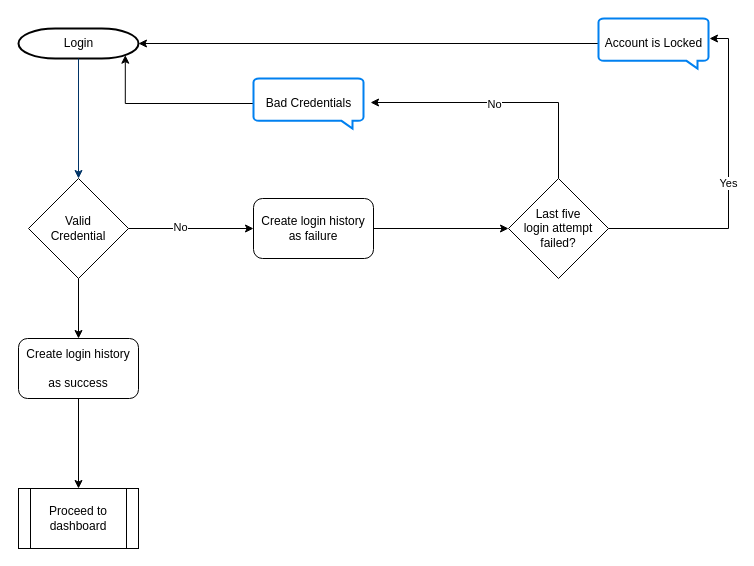
Earlier version of the draw.io diagram docs/img/lock and unlock account.drawio (m-thirumal/oauth-authorization-server). Source tidied: cells renumbered, new cells numbered last; positions are measured from the earlier drawing's top-left corner, leaving out a move shared by most shapes. Both pictures are drawn from the tidied source at 100%, with x=0, y=0 at pixel (18, 18).
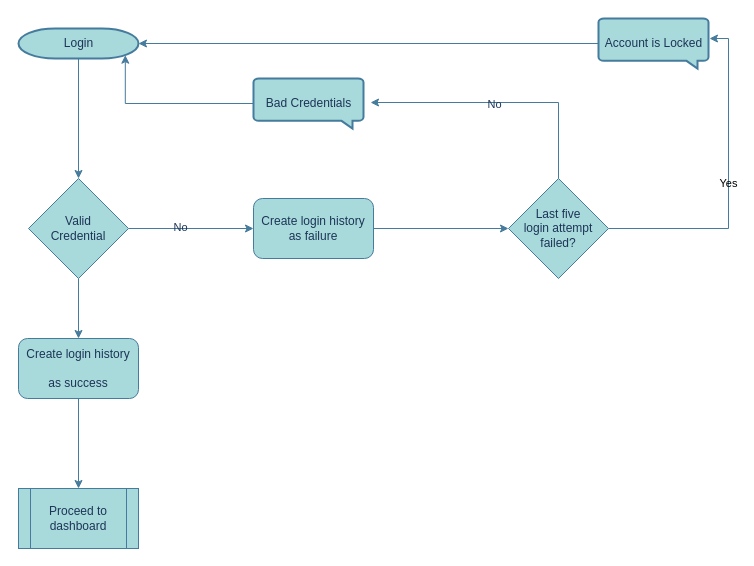
The same diagram, later.

Diff of the diagram source:
```diff
@@
-    <mxCell id="2" value="Login" style="shape=mxgraph.flowchart.terminator;strokeWidth=2;gradientColor=none;gradientDirection=north;fontStyle=0;html=1;" parent="1" vertex="1">
+    <mxCell id="2" value="Login" style="shape=mxgraph.flowchart.terminator;strokeWidth=2;gradientDirection=north;fontStyle=0;html=1;labelBackgroundColor=none;fillColor=#A8DADC;strokeColor=#457B9D;fontColor=#1D3557;" parent="1" vertex="1">
       <mxGeometry y="10" width="120" height="30" as="geometry" />
     </mxCell>
-    <mxCell id="3" style="fontStyle=1;strokeColor=#003366;strokeWidth=1;html=1;entryX=0.5;entryY=0;entryDx=0;entryDy=0;" parent="1" edge="1" source="2" target="7">
+    <mxCell id="3" style="fontStyle=1;strokeColor=#457B9D;strokeWidth=1;html=1;entryX=0.5;entryY=0;entryDx=0;entryDy=0;labelBackgroundColor=none;fontColor=default;" parent="1" edge="1" source="2" target="7">
       <mxGeometry relative="1" as="geometry" />
     </mxCell>
-    <mxCell id="4" style="edgeStyle=orthogonalEdgeStyle;rounded=0;jettySize=auto;html=1;exitX=1;exitY=0.5;exitDx=0;exitDy=0;" parent="1" edge="1" source="7" target="10">
+    <mxCell id="4" style="edgeStyle=orthogonalEdgeStyle;rounded=0;jettySize=auto;html=1;exitX=1;exitY=0.5;exitDx=0;exitDy=0;labelBackgroundColor=none;strokeColor=#457B9D;fontColor=default;" parent="1" edge="1" source="7" target="10">
       <mxGeometry relative="1" as="geometry" />
     </mxCell>
-    <mxCell id="5" value="No" style="edgeLabel;html=1;align=center;verticalAlign=middle;" parent="4" vertex="1">
+    <mxCell id="5" value="No" style="edgeLabel;html=1;align=center;verticalAlign=middle;labelBackgroundColor=none;fontColor=#1D3557;" parent="4" vertex="1">
       <mxGeometry x="-0.19" y="2" relative="1" as="geometry" />
     </mxCell>
-    <mxCell id="6" style="edgeStyle=orthogonalEdgeStyle;rounded=0;jettySize=auto;html=1;exitX=0.5;exitY=1;exitDx=0;exitDy=0;entryX=0.5;entryY=0;entryDx=0;entryDy=0;" parent="1" edge="1" source="7" target="12">
+    <mxCell id="6" style="edgeStyle=orthogonalEdgeStyle;rounded=0;jettySize=auto;html=1;exitX=0.5;exitY=1;exitDx=0;exitDy=0;entryX=0.5;entryY=0;entryDx=0;entryDy=0;labelBackgroundColor=none;strokeColor=#457B9D;fontColor=default;" parent="1" edge="1" source="7" target="12">
       <mxGeometry relative="1" as="geometry" />
     </mxCell>
-    <mxCell id="7" value="&lt;div&gt;Valid &lt;br&gt;&lt;/div&gt;&lt;div&gt;Credential&lt;br&gt;&lt;/div&gt;" style="rhombus;whiteSpace=wrap;html=1;" parent="1" vertex="1">
+    <mxCell id="7" value="&lt;div&gt;Valid &lt;br&gt;&lt;/div&gt;&lt;div&gt;Credential&lt;br&gt;&lt;/div&gt;" style="rhombus;whiteSpace=wrap;html=1;labelBackgroundColor=none;fillColor=#A8DADC;strokeColor=#457B9D;fontColor=#1D3557;" parent="1" vertex="1">
       <mxGeometry x="10" y="160" width="100" height="100" as="geometry" />
     </mxCell>
-    <mxCell id="8" value="Proceed to dashboard" style="shape=process;whiteSpace=wrap;html=1;backgroundOutline=1;" parent="1" vertex="1">
+    <mxCell id="8" value="Proceed to dashboard" style="shape=process;whiteSpace=wrap;html=1;backgroundOutline=1;labelBackgroundColor=none;fillColor=#A8DADC;strokeColor=#457B9D;fontColor=#1D3557;" parent="1" vertex="1">
       <mxGeometry y="470" width="120" height="60" as="geometry" />
     </mxCell>
-    <mxCell id="9" style="edgeStyle=orthogonalEdgeStyle;rounded=0;jettySize=auto;html=1;exitX=1;exitY=0.5;exitDx=0;exitDy=0;entryX=0;entryY=0.5;entryDx=0;entryDy=0;" parent="1" edge="1" source="10" target="16">
+    <mxCell id="9" style="edgeStyle=orthogonalEdgeStyle;rounded=0;jettySize=auto;html=1;exitX=1;exitY=0.5;exitDx=0;exitDy=0;entryX=0;entryY=0.5;entryDx=0;entryDy=0;labelBackgroundColor=none;strokeColor=#457B9D;fontColor=default;" parent="1" edge="1" source="10" target="16">
       <mxGeometry relative="1" as="geometry" />
     </mxCell>
-    <mxCell id="10" value="&lt;div&gt;Create login history&lt;/div&gt;&lt;div&gt;as failure&lt;br&gt;&lt;/div&gt;" style="rounded=1;whiteSpace=wrap;html=1;" parent="1" vertex="1">
+    <mxCell id="10" value="&lt;div&gt;Create login history&lt;/div&gt;&lt;div&gt;as failure&lt;br&gt;&lt;/div&gt;" style="rounded=1;whiteSpace=wrap;html=1;labelBackgroundColor=none;fillColor=#A8DADC;strokeColor=#457B9D;fontColor=#1D3557;" parent="1" vertex="1">
       <mxGeometry x="235" y="180" width="120" height="60" as="geometry" />
     </mxCell>
-    <mxCell id="11" style="edgeStyle=orthogonalEdgeStyle;rounded=0;jettySize=auto;html=1;exitX=0.5;exitY=1;exitDx=0;exitDy=0;entryX=0.5;entryY=0;entryDx=0;entryDy=0;" parent="1" edge="1" source="12" target="8">
+    <mxCell id="11" style="edgeStyle=orthogonalEdgeStyle;rounded=0;jettySize=auto;html=1;exitX=0.5;exitY=1;exitDx=0;exitDy=0;entryX=0.5;entryY=0;entryDx=0;entryDy=0;labelBackgroundColor=none;strokeColor=#457B9D;fontColor=default;" parent="1" edge="1" source="12" target="8">
       <mxGeometry relative="1" as="geometry" />
     </mxCell>
-    <mxCell id="12" value="&lt;div&gt;Create login history&lt;/div&gt;&lt;div&gt;&lt;br&gt;&lt;/div&gt;&lt;div&gt;as success&lt;br&gt;&lt;/div&gt;" style="rounded=1;whiteSpace=wrap;html=1;" parent="1" vertex="1">
+    <mxCell id="12" value="&lt;div&gt;Create login history&lt;/div&gt;&lt;div&gt;&lt;br&gt;&lt;/div&gt;&lt;div&gt;as success&lt;br&gt;&lt;/div&gt;" style="rounded=1;whiteSpace=wrap;html=1;labelBackgroundColor=none;fillColor=#A8DADC;strokeColor=#457B9D;fontColor=#1D3557;" parent="1" vertex="1">
       <mxGeometry y="320" width="120" height="60" as="geometry" />
     </mxCell>
-    <mxCell id="13" style="edgeStyle=orthogonalEdgeStyle;rounded=0;jettySize=auto;html=1;entryX=1.064;entryY=0.48;entryDx=0;entryDy=0;entryPerimeter=0;" parent="1" edge="1" source="16" target="18">
+    <mxCell id="13" style="edgeStyle=orthogonalEdgeStyle;rounded=0;jettySize=auto;html=1;entryX=1.064;entryY=0.48;entryDx=0;entryDy=0;entryPerimeter=0;labelBackgroundColor=none;strokeColor=#457B9D;fontColor=default;" parent="1" edge="1" source="16" target="18">
       <mxGeometry relative="1" as="geometry">
         <Array as="points">
           <mxPoint x="540" y="84" />
         </Array>
       </mxGeometry>
     </mxCell>
-    <mxCell id="14" value="No" style="edgeLabel;html=1;align=center;verticalAlign=middle;" parent="13" vertex="1">
+    <mxCell id="14" value="No" style="edgeLabel;html=1;align=center;verticalAlign=middle;labelBackgroundColor=none;fontColor=#1D3557;" parent="13" vertex="1">
       <mxGeometry x="0.07" y="1" relative="1" as="geometry" />
     </mxCell>
-    <mxCell id="15" value="Yes" style="edgeStyle=orthogonalEdgeStyle;rounded=0;jettySize=auto;html=1;entryX=1.009;entryY=0.4;entryDx=0;entryDy=0;entryPerimeter=0;" parent="1" edge="1" source="16" target="20">
+    <mxCell id="15" value="Yes" style="edgeStyle=orthogonalEdgeStyle;rounded=0;jettySize=auto;html=1;entryX=1.009;entryY=0.4;entryDx=0;entryDy=0;entryPerimeter=0;labelBackgroundColor=none;strokeColor=#457B9D;fontColor=default;" parent="1" edge="1" source="16" target="20">
       <mxGeometry relative="1" as="geometry">
         <Array as="points">
           <mxPoint x="710" y="210" />
           <mxPoint x="710" y="20" />
         </Array>
       </mxGeometry>
     </mxCell>
-    <mxCell id="16" value="&lt;div&gt;Last five&lt;/div&gt;&lt;div&gt;login attempt failed?&lt;br&gt;&lt;/div&gt;" style="rhombus;whiteSpace=wrap;html=1;" parent="1" vertex="1">
+    <mxCell id="16" value="&lt;div&gt;Last five&lt;/div&gt;&lt;div&gt;login attempt failed?&lt;br&gt;&lt;/div&gt;" style="rhombus;whiteSpace=wrap;html=1;labelBackgroundColor=none;fillColor=#A8DADC;strokeColor=#457B9D;fontColor=#1D3557;" parent="1" vertex="1">
       <mxGeometry x="490" y="160" width="100" height="100" as="geometry" />
     </mxCell>
-    <mxCell id="17" style="edgeStyle=orthogonalEdgeStyle;rounded=0;jettySize=auto;html=1;entryX=0.89;entryY=0.89;entryDx=0;entryDy=0;entryPerimeter=0;" parent="1" edge="1" source="18" target="2">
+    <mxCell id="17" style="edgeStyle=orthogonalEdgeStyle;rounded=0;jettySize=auto;html=1;entryX=0.89;entryY=0.89;entryDx=0;entryDy=0;entryPerimeter=0;labelBackgroundColor=none;strokeColor=#457B9D;fontColor=default;" parent="1" edge="1" source="18" target="2">
       <mxGeometry relative="1" as="geometry" />
     </mxCell>
-    <mxCell id="18" value="Bad Credentials" style="html=1;verticalLabelPosition=middle;align=center;labelBackgroundColor=#ffffff;verticalAlign=middle;strokeWidth=2;strokeColor=#0080F0;shadow=0;dashed=0;shape=mxgraph.ios7.icons.message;labelPosition=center;" parent="1" vertex="1">
+    <mxCell id="18" value="Bad Credentials" style="html=1;verticalLabelPosition=middle;align=center;labelBackgroundColor=none;verticalAlign=middle;strokeWidth=2;strokeColor=#457B9D;shadow=0;dashed=0;shape=mxgraph.ios7.icons.message;labelPosition=center;fillColor=#A8DADC;fontColor=#1D3557;" parent="1" vertex="1">
       <mxGeometry x="235" y="60" width="110" height="50" as="geometry" />
     </mxCell>
-    <mxCell id="19" style="edgeStyle=orthogonalEdgeStyle;rounded=0;jettySize=auto;html=1;entryX=1;entryY=0.5;entryDx=0;entryDy=0;entryPerimeter=0;" parent="1" edge="1" source="20" target="2">
+    <mxCell id="19" style="edgeStyle=orthogonalEdgeStyle;rounded=0;jettySize=auto;html=1;entryX=1;entryY=0.5;entryDx=0;entryDy=0;entryPerimeter=0;labelBackgroundColor=none;strokeColor=#457B9D;fontColor=default;" parent="1" edge="1" source="20" target="2">
       <mxGeometry relative="1" as="geometry" />
     </mxCell>
-    <mxCell id="20" value="Account is Locked" style="html=1;verticalLabelPosition=middle;align=center;labelBackgroundColor=#ffffff;verticalAlign=middle;strokeWidth=2;strokeColor=#0080F0;shadow=0;dashed=0;shape=mxgraph.ios7.icons.message;labelPosition=center;" parent="1" vertex="1">
+    <mxCell id="20" value="Account is Locked" style="html=1;verticalLabelPosition=middle;align=center;labelBackgroundColor=none;verticalAlign=middle;strokeWidth=2;strokeColor=#457B9D;shadow=0;dashed=0;shape=mxgraph.ios7.icons.message;labelPosition=center;fillColor=#A8DADC;fontColor=#1D3557;" parent="1" vertex="1">
       <mxGeometry x="580" width="110" height="50" as="geometry" />
     </mxCell>
```
